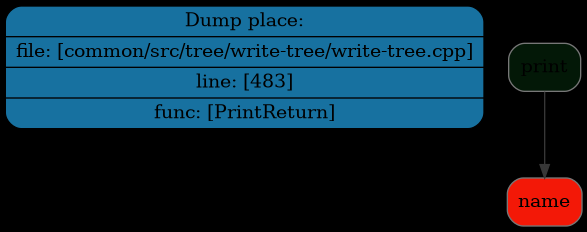
Above: dot/node/img/node1.png in Maksim-Sebelev/Language (Graphviz), before the change. Its source is kept beside it as dot/node/dot/node1.dot.
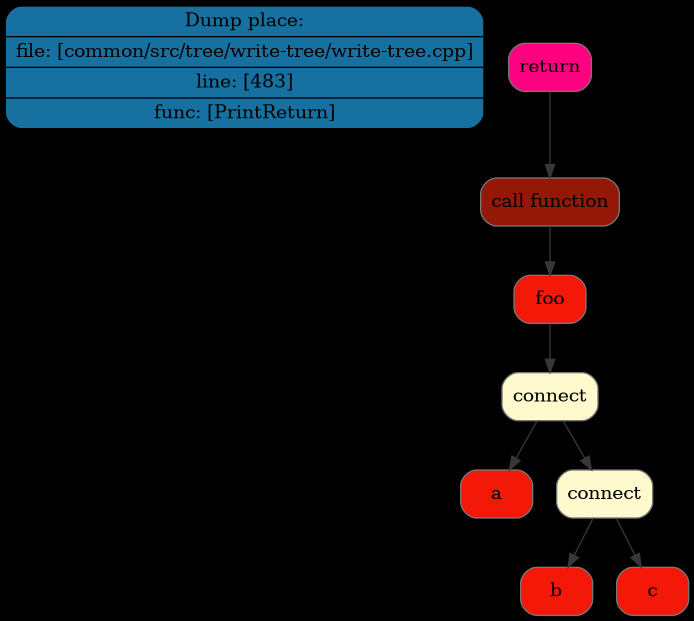
The same file after the commit.

The edit, as a diff of the source:
```diff
@@ -2,8 +2,20 @@
 rankdir=TB
 graph [bgcolor="#000000"];
 place[shape=Mrecord, style=filled, fillcolor="#1771a0", pos="0,1!",label = " { Dump place: | file: [common/src/tree/write-tree/write-tree.cpp] | line: [483] | func: [PrintReturn] } "color = "#000000"];
-node0x5070000005d0[shape=Mrecord, style=filled, fillcolor="#031807"label = "print", color = "#777777"];
-node0x507000000560[shape=Mrecord, style=filled, fillcolor="#f31807"label = "name", color = "#777777"];
+node0x507000000870[shape=Mrecord, style=filled, fillcolor="#FF0080"label = "return", color = "#777777"];
+node0x507000000800[shape=Mrecord, style=filled, fillcolor="#931807"label = "call function", color = "#777777"];
+node0x507000000560[shape=Mrecord, style=filled, fillcolor="#f31807"label = "foo", color = "#777777"];
+node0x507000000790[shape=Mrecord, style=filled, fillcolor="#FFFACD"label = "connect", color = "#777777"];
+node0x5070000005d0[shape=Mrecord, style=filled, fillcolor="#f31807"label = "a", color = "#777777"];
+node0x507000000720[shape=Mrecord, style=filled, fillcolor="#FFFACD"label = "connect", color = "#777777"];
+node0x507000000640[shape=Mrecord, style=filled, fillcolor="#f31807"label = "b", color = "#777777"];
+node0x5070000006b0[shape=Mrecord, style=filled, fillcolor="#f31807"label = "c", color = "#777777"];
 edge[color="#373737"];
-node0x5070000005d0->node0x507000000560;
+node0x507000000870->node0x507000000800;
+node0x507000000800->node0x507000000560;
+node0x507000000560->node0x507000000790;
+node0x507000000790->node0x5070000005d0;
+node0x507000000790->node0x507000000720;
+node0x507000000720->node0x507000000640;
+node0x507000000720->node0x5070000006b0;
 }
```
